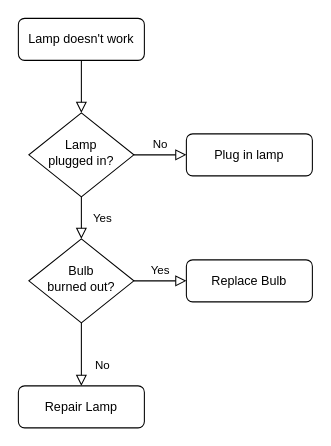
The draw.io diagram Untitled Diagram.drawio in 99002570/New-Blood-Manage, before the edit. Source tidied: cells renumbered, new cells numbered last; positions are measured from the earlier drawing's top-left corner, leaving out a move shared by most shapes. Both pictures are drawn from the tidied source at 105%, with x=0, y=0 at pixel (18, 18).
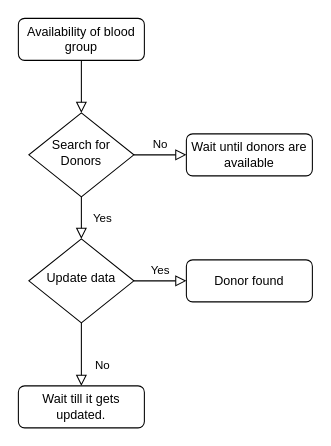
After the change.

What changed in the source:
```diff
@@
 <mxGraphModel>
   <root>
     <mxCell id="0" />
     <mxCell id="1" parent="0" />
     <mxCell id="2" style="rounded=0;html=1;jettySize=auto;fontSize=11;endArrow=block;endFill=0;endSize=8;strokeWidth=1;shadow=0;labelBackgroundColor=none;edgeStyle=orthogonalEdgeStyle;" parent="1" edge="1" source="3" target="6">
       <mxGeometry relative="1" as="geometry" />
     </mxCell>
-    <mxCell id="3" value="Lamp doesn't work" style="rounded=1;whiteSpace=wrap;html=1;fontSize=12;glass=0;strokeWidth=1;shadow=0;" parent="1" vertex="1">
+    <mxCell id="3" value="Availability of blood group" style="rounded=1;whiteSpace=wrap;html=1;fontSize=12;glass=0;strokeWidth=1;shadow=0;" parent="1" vertex="1">
       <mxGeometry width="120" height="40" as="geometry" />
     </mxCell>
     <mxCell id="4" value="Yes" style="rounded=0;html=1;jettySize=auto;fontSize=11;endArrow=block;endFill=0;endSize=8;strokeWidth=1;shadow=0;labelBackgroundColor=none;edgeStyle=orthogonalEdgeStyle;" parent="1" edge="1" source="6" target="10">
       <mxGeometry y="20" relative="1" as="geometry" />
     </mxCell>
     <mxCell id="5" value="No" style="edgeStyle=orthogonalEdgeStyle;rounded=0;html=1;jettySize=auto;fontSize=11;endArrow=block;endFill=0;endSize=8;strokeWidth=1;shadow=0;labelBackgroundColor=none;" parent="1" edge="1" source="6" target="7">
       <mxGeometry y="10" relative="1" as="geometry" />
     </mxCell>
-    <mxCell id="6" value="Lamp&lt;br&gt;plugged in?" style="rhombus;whiteSpace=wrap;html=1;shadow=0;fontFamily=Helvetica;fontSize=12;align=center;strokeWidth=1;spacing=6;spacingTop=-4;" parent="1" vertex="1">
+    <mxCell id="6" value="Search for Donors" style="rhombus;whiteSpace=wrap;html=1;shadow=0;fontFamily=Helvetica;fontSize=12;align=center;strokeWidth=1;spacing=6;spacingTop=-4;" parent="1" vertex="1">
       <mxGeometry x="10" y="90" width="100" height="80" as="geometry" />
     </mxCell>
-    <mxCell id="7" value="Plug in lamp" style="rounded=1;whiteSpace=wrap;html=1;fontSize=12;glass=0;strokeWidth=1;shadow=0;" parent="1" vertex="1">
+    <mxCell id="7" value="Wait until donors are available" style="rounded=1;whiteSpace=wrap;html=1;fontSize=12;glass=0;strokeWidth=1;shadow=0;" parent="1" vertex="1">
       <mxGeometry x="160" y="110" width="120" height="40" as="geometry" />
     </mxCell>
     <mxCell id="8" value="No" style="rounded=0;html=1;jettySize=auto;fontSize=11;endArrow=block;endFill=0;endSize=8;strokeWidth=1;shadow=0;labelBackgroundColor=none;edgeStyle=orthogonalEdgeStyle;" parent="1" edge="1" source="10" target="11">
       <mxGeometry x="0.33" y="20" relative="1" as="geometry" />
     </mxCell>
     <mxCell id="9" value="Yes" style="edgeStyle=orthogonalEdgeStyle;rounded=0;html=1;jettySize=auto;fontSize=11;endArrow=block;endFill=0;endSize=8;strokeWidth=1;shadow=0;labelBackgroundColor=none;" parent="1" edge="1" source="10" target="12">
       <mxGeometry y="10" relative="1" as="geometry" />
     </mxCell>
-    <mxCell id="10" value="Bulb&lt;br&gt;burned out?" style="rhombus;whiteSpace=wrap;html=1;shadow=0;fontFamily=Helvetica;fontSize=12;align=center;strokeWidth=1;spacing=6;spacingTop=-4;" parent="1" vertex="1">
+    <mxCell id="10" value="Update data" style="rhombus;whiteSpace=wrap;html=1;shadow=0;fontFamily=Helvetica;fontSize=12;align=center;strokeWidth=1;spacing=6;spacingTop=-4;" parent="1" vertex="1">
       <mxGeometry x="10" y="210" width="100" height="80" as="geometry" />
     </mxCell>
-    <mxCell id="11" value="Repair Lamp" style="rounded=1;whiteSpace=wrap;html=1;fontSize=12;glass=0;strokeWidth=1;shadow=0;" parent="1" vertex="1">
+    <mxCell id="11" value="Wait till it gets updated." style="rounded=1;whiteSpace=wrap;html=1;fontSize=12;glass=0;strokeWidth=1;shadow=0;" parent="1" vertex="1">
       <mxGeometry y="350" width="120" height="40" as="geometry" />
     </mxCell>
-    <mxCell id="12" value="Replace Bulb" style="rounded=1;whiteSpace=wrap;html=1;fontSize=12;glass=0;strokeWidth=1;shadow=0;" parent="1" vertex="1">
+    <mxCell id="12" value="Donor found" style="rounded=1;whiteSpace=wrap;html=1;fontSize=12;glass=0;strokeWidth=1;shadow=0;" parent="1" vertex="1">
       <mxGeometry x="160" y="230" width="120" height="40" as="geometry" />
     </mxCell>
   </root>
 </mxGraphModel>
```
